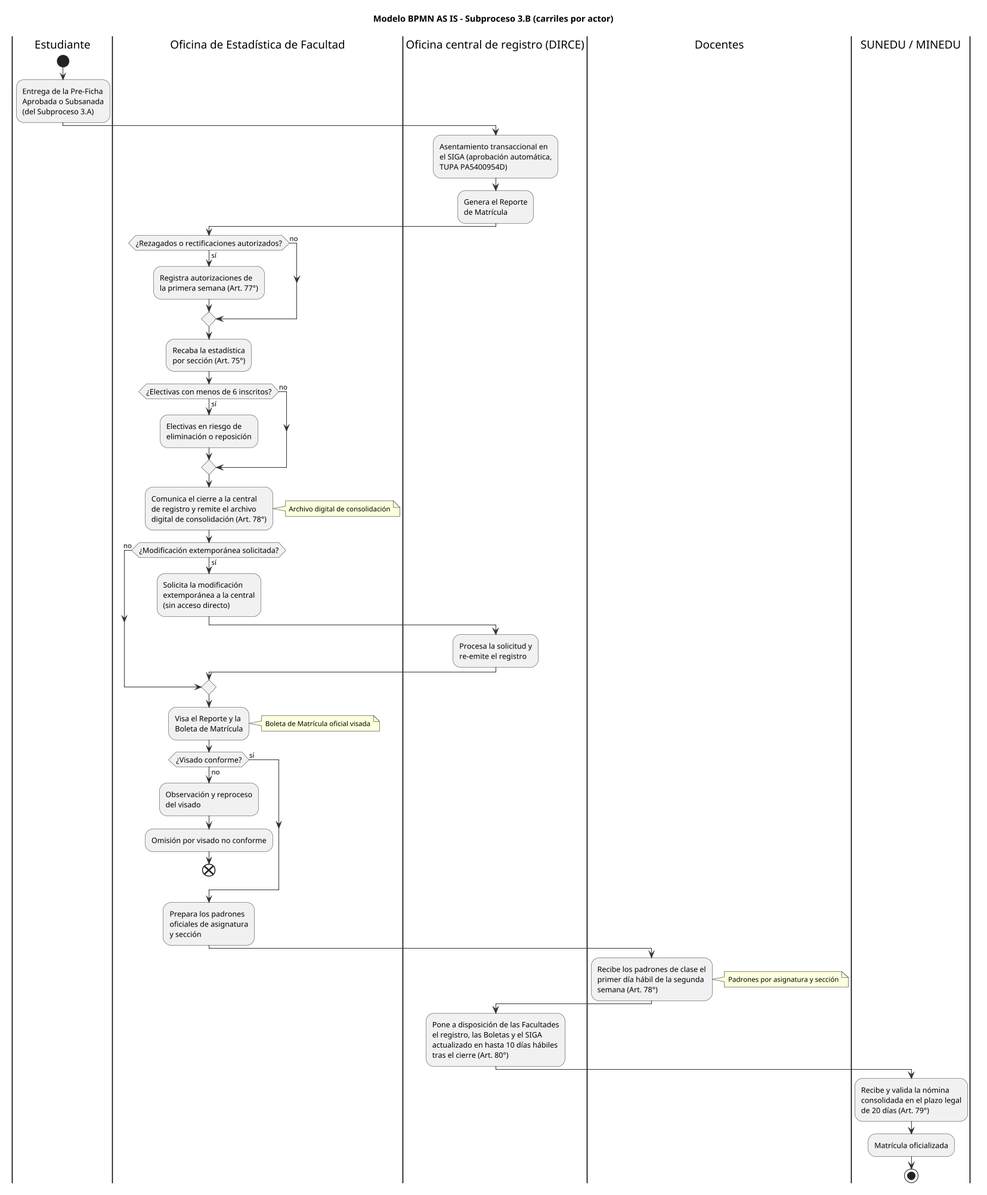
AldoLunaBueno/cc0f6_topicos_procesos_grupo keeps this PlantUML diagram as trabajo_grupal/images/asis_subproceso_3b_bpmn.png. Above is the earlier version. Its diagram source:
```plantuml
@startuml asis_subproceso_3b_bpmn
title Modelo BPMN AS IS - Subproceso 3.B (carriles por actor)
skinparam backgroundColor #FFFFFF
skinparam shadowing false
skinparam ArrowColor #333333
skinparam ActivityBorderColor #333333
skinparam ConditionEndStyle diamond
skinparam dpi 100
skinparam ActivityFontSize 12
skinparam NoteFontSize 11

|Estudiante|
|Oficina de Estadística de Facultad|
|Oficina central de registro (DIRCE)|
|Docentes|
|SUNEDU / MINEDU|

|Estudiante|
start
:Entrega de la Pre-Ficha
Aprobada o Subsanada
(del Subproceso 3.A);

|Oficina central de registro (DIRCE)|
:Asentamiento transaccional en
el SIGA (aprobación automática,
TUPA PA5400954D);
:Genera el Reporte
de Matrícula;

|Oficina de Estadística de Facultad|
if (¿Rezagados o rectificaciones autorizados?) then (sí)
  :Registra autorizaciones de
  la primera semana (Art. 77°);
else (no)
endif
:Recaba la estadística
por sección (Art. 75°);
if (¿Electivas con menos de 6 inscritos?) then (sí)
  :Electivas en riesgo de
  eliminación o reposición;
else (no)
endif
:Comunica el cierre a la central
de registro y remite el archivo
digital de consolidación (Art. 78°);
note right: Archivo digital de consolidación
if (¿Modificación extemporánea solicitada?) then (sí)
  :Solicita la modificación
  extemporánea a la central
  (sin acceso directo);
  |Oficina central de registro (DIRCE)|
  :Procesa la solicitud y
  re-emite el registro;
else (no)
endif
|Oficina de Estadística de Facultad|
:Visa el Reporte y la
Boleta de Matrícula;
note right: Boleta de Matrícula oficial visada
if (¿Visado conforme?) then (sí)
else (no)
  :Observación y reproceso
  del visado;
  :Omisión por visado no conforme;
  end
endif
:Prepara los padrones
oficiales de asignatura
y sección;
|Docentes|
:Recibe los padrones de clase el
primer día hábil de la segunda
semana (Art. 78°);
note right: Padrones por asignatura y sección
|Oficina central de registro (DIRCE)|
:Pone a disposición de las Facultades
el registro, las Boletas y el SIGA
actualizado en hasta 10 días hábiles
tras el cierre (Art. 80°);
|SUNEDU / MINEDU|
:Recibe y valida la nómina
consolidada en el plazo legal
de 20 días (Art. 79°);
:Matrícula oficializada;
stop
@enduml
```
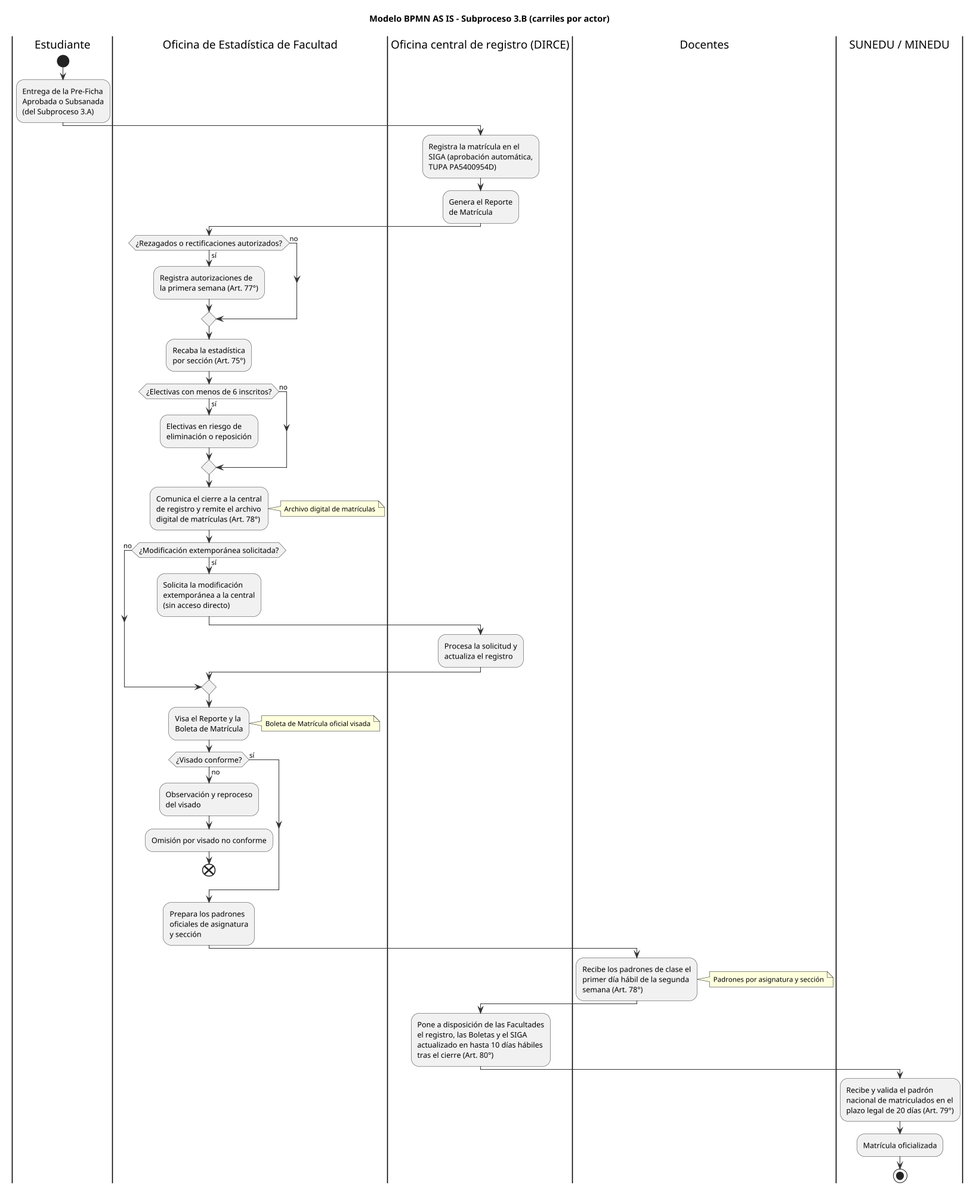
Above is the later version.

Commit message:
style: simplificar terminos del modelo as is del subproceso 3B

What changed in the source:
```diff
@@ -22,8 +22,8 @@
 (del Subproceso 3.A);
 
 |Oficina central de registro (DIRCE)|
-:Asentamiento transaccional en
-el SIGA (aprobación automática,
+:Registra la matrícula en el
+SIGA (aprobación automática,
 TUPA PA5400954D);
 :Genera el Reporte
 de Matrícula;
@@ -43,15 +43,15 @@
 endif
 :Comunica el cierre a la central
 de registro y remite el archivo
-digital de consolidación (Art. 78°);
-note right: Archivo digital de consolidación
+digital de matrículas (Art. 78°);
+note right: Archivo digital de matrículas
 if (¿Modificación extemporánea solicitada?) then (sí)
   :Solicita la modificación
   extemporánea a la central
   (sin acceso directo);
   |Oficina central de registro (DIRCE)|
   :Procesa la solicitud y
-  re-emite el registro;
+  actualiza el registro;
 else (no)
 endif
 |Oficina de Estadística de Facultad|
@@ -79,9 +79,9 @@
 actualizado en hasta 10 días hábiles
 tras el cierre (Art. 80°);
 |SUNEDU / MINEDU|
-:Recibe y valida la nómina
-consolidada en el plazo legal
-de 20 días (Art. 79°);
+:Recibe y valida el padrón
+nacional de matriculados en el
+plazo legal de 20 días (Art. 79°);
 :Matrícula oficializada;
 stop
 @enduml
```
